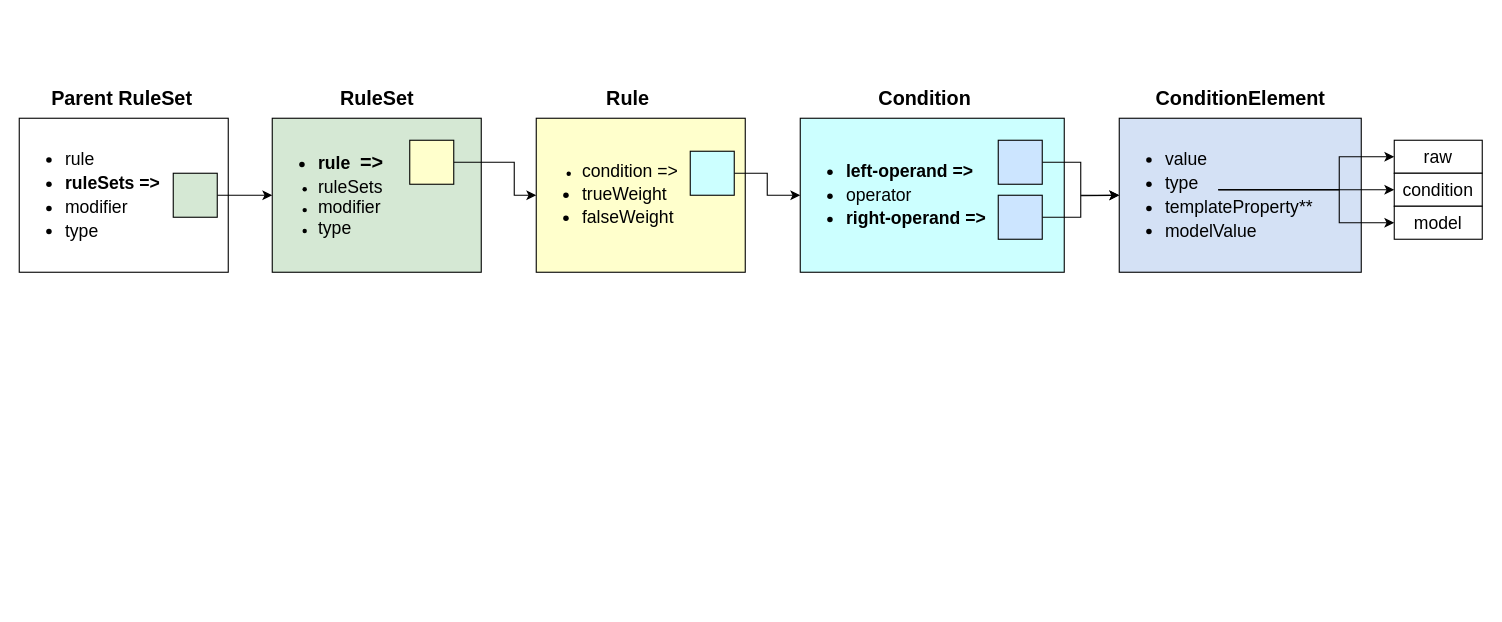
Before: GeohazardRules.drawio in ajimenezn/UML, a draw.io diagram. Source tidied: cells renumbered, new cells numbered last; positions are measured from the earlier drawing's top-left corner, leaving out a move shared by most shapes. Both pictures are drawn from the tidied source at 110%, with x=0, y=0 at pixel (19, 74).
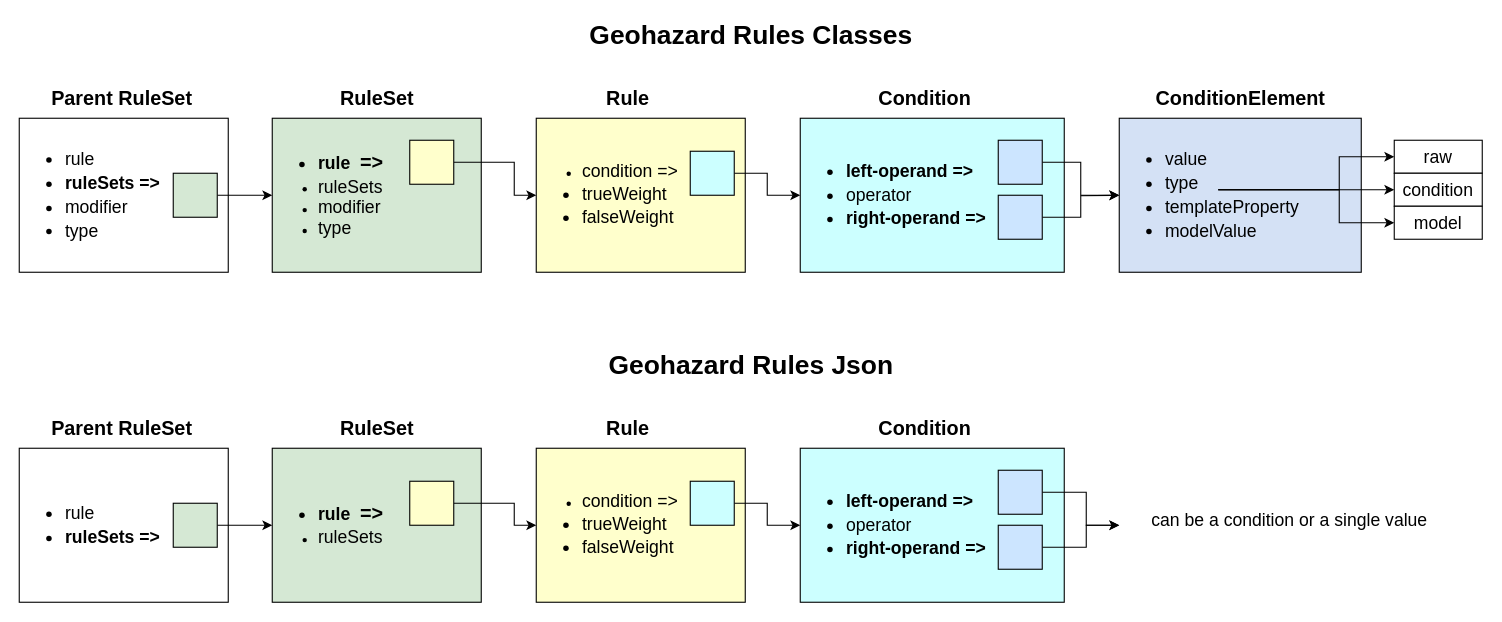
After the change.

The edit, as a diff of the source:
```diff
@@
-    <mxCell id="20" value="&lt;ul&gt;&lt;li&gt;&lt;font size=&quot;3&quot;&gt;value&lt;/font&gt;&lt;br&gt;&lt;/li&gt;&lt;li&gt;&lt;font size=&quot;3&quot;&gt;type&lt;/font&gt;&lt;br&gt;&lt;/li&gt;&lt;li&gt;&lt;font size=&quot;3&quot;&gt;templateProperty**&lt;/font&gt;&lt;br&gt;&lt;/li&gt;&lt;li&gt;&lt;font size=&quot;3&quot;&gt;modelValue&lt;br&gt;&lt;/font&gt;&lt;/li&gt;&lt;/ul&gt;" style="rounded=0;whiteSpace=wrap;html=1;fontSize=18;align=left;fillColor=#D4E1F5;" parent="1" vertex="1">
+    <mxCell id="20" value="&lt;ul&gt;&lt;li&gt;&lt;font size=&quot;3&quot;&gt;value&lt;/font&gt;&lt;br&gt;&lt;/li&gt;&lt;li&gt;&lt;font size=&quot;3&quot;&gt;type&lt;/font&gt;&lt;br&gt;&lt;/li&gt;&lt;li&gt;&lt;font size=&quot;3&quot;&gt;templateProperty&lt;/font&gt;&lt;br&gt;&lt;/li&gt;&lt;li&gt;&lt;font size=&quot;3&quot;&gt;modelValue&lt;br&gt;&lt;/font&gt;&lt;/li&gt;&lt;/ul&gt;" style="rounded=0;whiteSpace=wrap;html=1;fontSize=18;align=left;fillColor=#D4E1F5;" parent="1" vertex="1">
       <mxGeometry x="1000" y="40" width="220" height="140" as="geometry" />
     </mxCell>
@@
+    <mxCell id="29" value="Geohazard Rules Classes" style="text;strokeColor=none;fillColor=none;html=1;fontSize=24;fontStyle=1;verticalAlign=middle;align=center;" parent="1" vertex="1">
+      <mxGeometry y="-50" width="1330" height="30" as="geometry" />
+    </mxCell>
+    <mxCell id="30" value="&lt;ul&gt;&lt;li&gt;&lt;font style=&quot;font-size: 16px&quot;&gt;rule&amp;nbsp;&amp;nbsp;&lt;/font&gt;&lt;/li&gt;&lt;li&gt;&lt;b&gt;&lt;font style=&quot;font-size: 16px&quot;&gt;ruleSets&amp;nbsp;=&amp;gt;&lt;/font&gt;&lt;/b&gt;&lt;/li&gt;&lt;/ul&gt;" style="rounded=0;whiteSpace=wrap;html=1;fontSize=18;align=left;" parent="1" vertex="1">
+      <mxGeometry y="340" width="190" height="140" as="geometry" />
+    </mxCell>
+    <mxCell id="31" style="edgeStyle=orthogonalEdgeStyle;rounded=0;jettySize=auto;html=1;fontSize=18;" parent="1" edge="1" source="32" target="36">
+      <mxGeometry relative="1" as="geometry" />
+    </mxCell>
+    <mxCell id="32" style="whiteSpace=wrap;html=1;fontSize=18;align=left;fillColor=#D5E8D4;" parent="1" vertex="1">
+      <mxGeometry x="140" y="390" width="40" height="40" as="geometry" />
+    </mxCell>
+    <mxCell id="33" value="&lt;ul&gt;&lt;li style=&quot;font-size: 12px&quot;&gt;&lt;span style=&quot;font-size: medium&quot;&gt;condition =&amp;gt;&amp;nbsp;&lt;/span&gt;&lt;br&gt;&lt;/li&gt;&lt;li&gt;&lt;font size=&quot;3&quot;&gt;trueWeight&lt;/font&gt;&lt;br&gt;&lt;/li&gt;&lt;li&gt;&lt;font size=&quot;3&quot;&gt;falseWeight&lt;/font&gt;&lt;br&gt;&lt;/li&gt;&lt;/ul&gt;" style="rounded=0;whiteSpace=wrap;html=1;fontSize=18;align=left;fillColor=#FFFFCC;" parent="1" vertex="1">
+      <mxGeometry x="470" y="340" width="190" height="140" as="geometry" />
+    </mxCell>
+    <mxCell id="34" style="edgeStyle=orthogonalEdgeStyle;rounded=0;jettySize=auto;html=1;fontSize=16;" parent="1" edge="1" source="35" target="42">
+      <mxGeometry relative="1" as="geometry" />
+    </mxCell>
+    <mxCell id="35" style="whiteSpace=wrap;html=1;fontSize=18;align=left;fillColor=#CCFFFF;" parent="1" vertex="1">
+      <mxGeometry x="610" y="370" width="40" height="40" as="geometry" />
+    </mxCell>
+    <mxCell id="36" value="&lt;ul&gt;&lt;li&gt;&lt;font&gt;&lt;b&gt;&lt;font style=&quot;font-size: 16px&quot;&gt;rule&amp;nbsp; &lt;/font&gt;=&amp;gt;&lt;/b&gt;&lt;/font&gt;&lt;/li&gt;&lt;li style=&quot;font-size: 12px&quot;&gt;&lt;font size=&quot;3&quot;&gt;ruleSets&amp;nbsp;&lt;/font&gt;&lt;/li&gt;&lt;/ul&gt;" style="rounded=0;whiteSpace=wrap;html=1;fontSize=18;align=left;fillColor=#D5E8D4;" parent="1" vertex="1">
+      <mxGeometry x="230" y="340" width="190" height="140" as="geometry" />
+    </mxCell>
+    <mxCell id="37" style="edgeStyle=orthogonalEdgeStyle;rounded=0;jettySize=auto;html=1;fontSize=10;exitX=1;exitY=0.5;exitDx=0;exitDy=0;" parent="1" edge="1" source="38" target="33">
+      <mxGeometry relative="1" as="geometry">
+        <Array as="points">
+          <mxPoint x="450" y="390" />
+          <mxPoint x="450" y="410" />
+        </Array>
+      </mxGeometry>
+    </mxCell>
+    <mxCell id="38" style="whiteSpace=wrap;html=1;fontSize=18;align=left;fillColor=#FFFFCC;" parent="1" vertex="1">
+      <mxGeometry x="355" y="370" width="40" height="40" as="geometry" />
+    </mxCell>
+    <mxCell id="39" value="&lt;font style=&quot;font-size: 18px&quot;&gt;Parent RuleSet&lt;/font&gt;" style="text;strokeColor=none;fillColor=none;html=1;fontSize=24;fontStyle=1;verticalAlign=middle;align=center;" parent="1" vertex="1">
+      <mxGeometry x="20" y="300" width="145" height="40" as="geometry" />
+    </mxCell>
+    <mxCell id="40" value="&lt;font style=&quot;font-size: 18px&quot;&gt;RuleSet&lt;/font&gt;" style="text;strokeColor=none;fillColor=none;html=1;fontSize=24;fontStyle=1;verticalAlign=middle;align=center;" parent="1" vertex="1">
+      <mxGeometry x="252.5" y="300" width="145" height="40" as="geometry" />
+    </mxCell>
+    <mxCell id="41" value="&lt;font style=&quot;font-size: 18px&quot;&gt;Rule&lt;/font&gt;" style="text;strokeColor=none;fillColor=none;html=1;fontSize=24;fontStyle=1;verticalAlign=middle;align=center;" parent="1" vertex="1">
+      <mxGeometry x="480" y="300" width="145" height="40" as="geometry" />
+    </mxCell>
+    <mxCell id="42" value="&lt;ul&gt;&lt;li&gt;&lt;b&gt;&lt;font size=&quot;3&quot;&gt;left-operand =&amp;gt;&amp;nbsp;&lt;/font&gt;&lt;br&gt;&lt;/b&gt;&lt;/li&gt;&lt;li&gt;&lt;font size=&quot;3&quot;&gt;operator&lt;/font&gt;&lt;br&gt;&lt;/li&gt;&lt;li&gt;&lt;font size=&quot;3&quot;&gt;&lt;b&gt;right-operand =&amp;gt;&lt;/b&gt;&lt;/font&gt;&lt;br&gt;&lt;/li&gt;&lt;/ul&gt;" style="rounded=0;whiteSpace=wrap;html=1;fontSize=18;align=left;fillColor=#CCFFFF;" parent="1" vertex="1">
+      <mxGeometry x="710" y="340" width="240" height="140" as="geometry" />
+    </mxCell>
+    <mxCell id="43" value="&lt;font style=&quot;font-size: 18px&quot;&gt;Condition&lt;/font&gt;" style="text;strokeColor=none;fillColor=none;html=1;fontSize=24;fontStyle=1;verticalAlign=middle;align=center;" parent="1" vertex="1">
+      <mxGeometry x="750" y="300" width="145" height="40" as="geometry" />
+    </mxCell>
+    <mxCell id="44" style="edgeStyle=orthogonalEdgeStyle;rounded=0;jettySize=auto;html=1;entryX=0;entryY=0.5;entryDx=0;entryDy=0;fontSize=16;" parent="1" edge="1" source="45">
+      <mxGeometry relative="1" as="geometry">
+        <mxPoint x="1000" y="410" as="targetPoint" />
+        <Array as="points">
+          <mxPoint x="970" y="380" />
+          <mxPoint x="970" y="410" />
+        </Array>
+      </mxGeometry>
+    </mxCell>
+    <mxCell id="45" style="whiteSpace=wrap;html=1;fontSize=18;align=left;fillColor=#CCE5FF;" parent="1" vertex="1">
+      <mxGeometry x="890" y="360" width="40" height="40" as="geometry" />
+    </mxCell>
+    <mxCell id="46" style="edgeStyle=orthogonalEdgeStyle;rounded=0;jettySize=auto;html=1;fontSize=16;" parent="1" edge="1" source="47">
+      <mxGeometry relative="1" as="geometry">
+        <mxPoint x="1000" y="410" as="targetPoint" />
+        <Array as="points">
+          <mxPoint x="970" y="430" />
+          <mxPoint x="970" y="410" />
+        </Array>
+      </mxGeometry>
+    </mxCell>
+    <mxCell id="47" style="whiteSpace=wrap;html=1;fontSize=18;align=left;fillColor=#CCE5FF;" parent="1" vertex="1">
+      <mxGeometry x="890" y="410" width="40" height="40" as="geometry" />
+    </mxCell>
+    <mxCell id="48" value="Geohazard Rules Json" style="text;strokeColor=none;fillColor=none;html=1;fontSize=24;fontStyle=1;verticalAlign=middle;align=center;" parent="1" vertex="1">
+      <mxGeometry y="250" width="1330" height="30" as="geometry" />
+    </mxCell>
+    <mxCell id="49" value="can be a condition or a single value" style="rounded=0;whiteSpace=wrap;html=1;fontSize=16;fillColor=#FFFFFF;align=center;strokeColor=none;" parent="1" vertex="1">
+      <mxGeometry x="1010" y="390" width="290" height="30" as="geometry" />
+    </mxCell>
```
